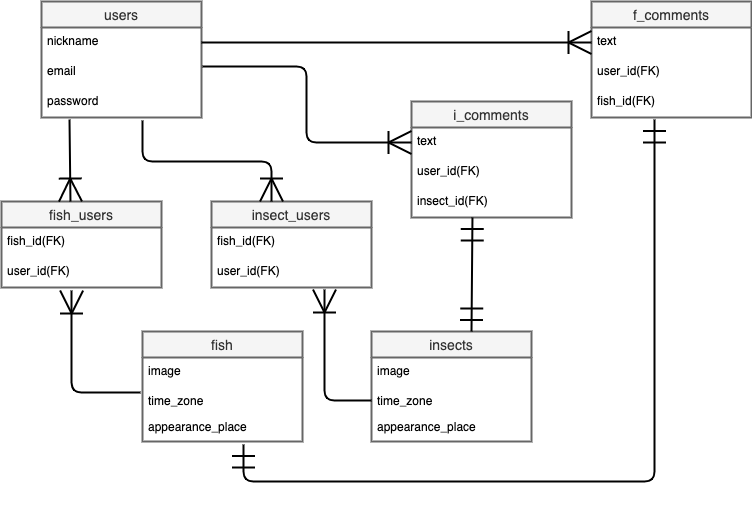
Earlier version of the draw.io export enjoy_summer.drawio.png (saya1216/enjoy-summer). Source tidied: cells renumbered, new cells last; positions are measured from the earlier drawing's top-left corner, leaving out a move shared by most shapes.
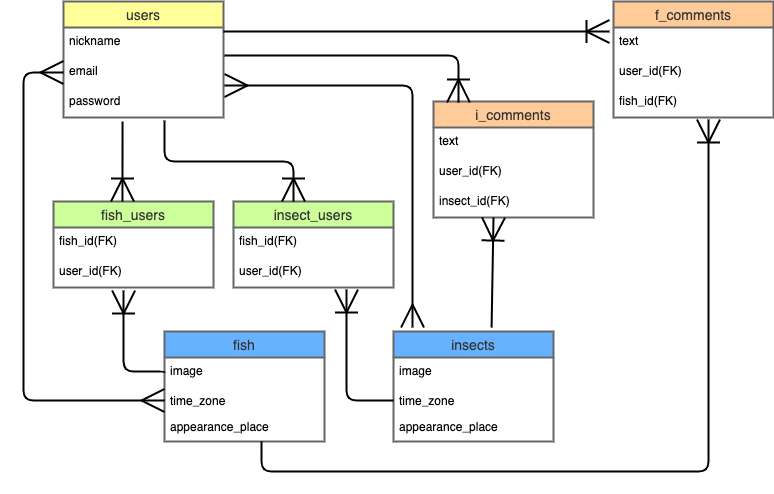
The same diagram one commit later.

Commit message:
ER図の修正。多対多の追加、1対1を1対多へ。テーブル名に色付け

Diff of the diagram source:
```diff
@@ -2,7 +2,7 @@
   <root>
     <mxCell id="0" />
     <mxCell id="1" parent="0" />
-    <mxCell id="2" value="users" style="swimlane;fontStyle=0;horizontal=1;startSize=26;align=center;fontSize=14;fillColor=#f5f5f5;strokeColor=#666666;fontColor=#333333;strokeWidth=2;" parent="1" vertex="1">
+    <mxCell id="2" value="users" style="swimlane;fontStyle=0;horizontal=1;startSize=26;align=center;fontSize=14;strokeColor=#666666;fontColor=#333333;strokeWidth=2;fillColor=#FFFF99;" parent="1" vertex="1">
       <mxGeometry x="40" width="160" height="116" as="geometry" />
     </mxCell>
     <mxCell id="3" value="nickname" style="text;strokeColor=none;fillColor=none;spacingLeft=4;spacingRight=4;overflow=hidden;points=[[0,0.5],[1,0.5]];portConstraint=eastwest;fontSize=12;fontColor=#000000;" parent="2" vertex="1">
@@ -14,7 +14,7 @@
     <mxCell id="5" value="password" style="text;strokeColor=none;fillColor=none;spacingLeft=4;spacingRight=4;overflow=hidden;points=[[0,0.5],[1,0.5]];portConstraint=eastwest;fontSize=12;fontColor=#000000;" parent="2" vertex="1">
       <mxGeometry y="86" width="160" height="30" as="geometry" />
     </mxCell>
-    <mxCell id="6" value="i_comments" style="swimlane;fontStyle=0;horizontal=1;startSize=26;align=center;fontSize=14;fontColor=#333333;labelBackgroundColor=none;strokeColor=#666666;fillColor=#f5f5f5;strokeWidth=2;" parent="1" vertex="1">
+    <mxCell id="6" value="i_comments" style="swimlane;fontStyle=0;horizontal=1;startSize=26;align=center;fontSize=14;fontColor=#333333;labelBackgroundColor=none;strokeColor=#666666;strokeWidth=2;fillColor=#FFCC99;" parent="1" vertex="1">
       <mxGeometry x="410" y="100" width="160" height="116" as="geometry" />
     </mxCell>
     <mxCell id="7" value="text" style="text;strokeColor=none;fillColor=none;spacingLeft=4;spacingRight=4;overflow=hidden;points=[[0,0.5],[1,0.5]];portConstraint=eastwest;fontSize=12;fontColor=#000000;" parent="6" vertex="1">
@@ -26,7 +26,7 @@
     <mxCell id="9" value="insect_id(FK)" style="text;strokeColor=none;spacingLeft=4;spacingRight=4;overflow=hidden;points=[[0,0.5],[1,0.5]];portConstraint=eastwest;fontSize=12;fontColor=#000000;" parent="6" vertex="1">
       <mxGeometry y="86" width="160" height="30" as="geometry" />
     </mxCell>
-    <mxCell id="10" value="fish" style="swimlane;fontStyle=0;horizontal=1;startSize=26;align=center;fontSize=14;fillColor=#f5f5f5;strokeColor=#666666;fontColor=#333333;strokeWidth=2;" parent="1" vertex="1">
+    <mxCell id="10" value="fish" style="swimlane;fontStyle=0;horizontal=1;startSize=26;align=center;fontSize=14;strokeColor=#666666;fontColor=#333333;strokeWidth=2;fillColor=#66B2FF;" parent="1" vertex="1">
       <mxGeometry x="141" y="330" width="160" height="110" as="geometry" />
     </mxCell>
     <mxCell id="11" value="image" style="text;strokeColor=none;fillColor=none;spacingLeft=4;spacingRight=4;overflow=hidden;points=[[0,0.5],[1,0.5]];portConstraint=eastwest;fontSize=12;fontColor=#000000;" parent="10" vertex="1">
@@ -38,7 +38,7 @@
     <mxCell id="13" value="appearance_place&#10;&#10;" style="text;strokeColor=none;fillColor=none;spacingLeft=4;spacingRight=4;overflow=hidden;points=[[0,0.5],[1,0.5]];portConstraint=eastwest;fontSize=12;fontColor=#000000;" parent="10" vertex="1">
       <mxGeometry y="82" width="160" height="28" as="geometry" />
     </mxCell>
-    <mxCell id="14" value="insects" style="swimlane;fontStyle=0;horizontal=1;startSize=26;align=center;fontSize=14;fillColor=#f5f5f5;strokeColor=#666666;fontColor=#333333;strokeWidth=2;" parent="1" vertex="1">
+    <mxCell id="14" value="insects" style="swimlane;fontStyle=0;horizontal=1;startSize=26;align=center;fontSize=14;strokeColor=#666666;fontColor=#333333;strokeWidth=2;fillColor=#66B2FF;" parent="1" vertex="1">
       <mxGeometry x="370" y="330" width="160" height="110" as="geometry" />
     </mxCell>
     <mxCell id="15" value="image" style="text;strokeColor=none;fillColor=none;spacingLeft=4;spacingRight=4;overflow=hidden;fontSize=12;fontColor=#000000;" parent="14" vertex="1">
@@ -50,11 +50,11 @@
     <mxCell id="17" value="appearance_place&#10;&#10;" style="text;strokeColor=none;fillColor=none;spacingLeft=4;spacingRight=4;overflow=hidden;fontSize=12;fontColor=#000000;" parent="14" vertex="1">
       <mxGeometry y="82" width="160" height="28" as="geometry" />
     </mxCell>
-    <mxCell id="18" style="edgeStyle=elbowEdgeStyle;fontSize=12;html=1;endArrow=ERoneToMany;fontColor=#000000;exitX=1.006;exitY=0.3;exitDx=0;exitDy=0;exitPerimeter=0;strokeColor=#000000;strokeWidth=2;endSize=20;startSize=20;entryX=0;entryY=0.5;entryDx=0;entryDy=0;" parent="1" edge="1" source="4" target="7">
+    <mxCell id="18" style="fontSize=12;html=1;endArrow=ERoneToMany;fontColor=#000000;strokeColor=#000000;strokeWidth=2;endSize=20;startSize=20;entryX=0.156;entryY=0.009;entryDx=0;entryDy=0;entryPerimeter=0;exitX=1.006;exitY=0.933;exitDx=0;exitDy=0;exitPerimeter=0;edgeStyle=orthogonalEdgeStyle;" parent="1" edge="1" source="3" target="6">
       <mxGeometry relative="1" as="geometry" />
     </mxCell>
-    <mxCell id="19" value="fish_users" style="swimlane;fontStyle=0;horizontal=1;startSize=26;align=center;fontSize=14;fillColor=#f5f5f5;strokeColor=#666666;fontColor=#333333;strokeWidth=2;" parent="1" vertex="1">
-      <mxGeometry y="200" width="160" height="86" as="geometry" />
+    <mxCell id="19" value="fish_users" style="swimlane;fontStyle=0;horizontal=1;startSize=26;align=center;fontSize=14;strokeColor=#666666;fontColor=#333333;strokeWidth=2;fillColor=#CCFF99;" parent="1" vertex="1">
+      <mxGeometry x="30" y="200" width="160" height="86" as="geometry" />
     </mxCell>
     <mxCell id="20" value="fish_id(FK)" style="text;strokeColor=none;fillColor=none;spacingLeft=4;spacingRight=4;overflow=hidden;fontSize=12;fontColor=#000000;" parent="19" vertex="1">
       <mxGeometry y="26" width="160" height="30" as="geometry" />
@@ -62,7 +62,7 @@
     <mxCell id="21" value="user_id(FK)" style="text;strokeColor=none;fillColor=none;spacingLeft=4;spacingRight=4;overflow=hidden;points=[[0,0.5],[1,0.5]];portConstraint=eastwest;fontSize=12;fontColor=#000000;" parent="19" vertex="1">
       <mxGeometry y="56" width="160" height="30" as="geometry" />
     </mxCell>
-    <mxCell id="22" value="insect_users" style="swimlane;fontStyle=0;horizontal=1;startSize=26;align=center;fontSize=14;fillColor=#f5f5f5;strokeColor=#666666;fontColor=#333333;strokeWidth=2;" parent="1" vertex="1">
+    <mxCell id="22" value="insect_users" style="swimlane;fontStyle=0;horizontal=1;startSize=26;align=center;fontSize=14;strokeColor=#666666;fontColor=#333333;strokeWidth=2;fillColor=#CCFF99;" parent="1" vertex="1">
       <mxGeometry x="210" y="200" width="160" height="86" as="geometry" />
     </mxCell>
     <mxCell id="23" value="fish_id(FK)" style="text;strokeColor=none;fillColor=none;spacingLeft=4;spacingRight=4;overflow=hidden;fontSize=12;fontColor=#000000;" parent="22" vertex="1">
@@ -71,27 +71,16 @@
     <mxCell id="24" value="user_id(FK)" style="text;strokeColor=none;fillColor=none;spacingLeft=4;spacingRight=4;overflow=hidden;points=[[0,0.5],[1,0.5]];portConstraint=eastwest;fontSize=12;fontColor=#000000;" parent="22" vertex="1">
       <mxGeometry y="56" width="160" height="30" as="geometry" />
     </mxCell>
-    <mxCell id="25" style="fontSize=12;html=1;endArrow=ERoneToMany;fontColor=#000000;startSize=20;endSize=20;strokeColor=#000000;strokeWidth=2;exitX=0.175;exitY=1.067;exitDx=0;exitDy=0;exitPerimeter=0;entryX=0.431;entryY=0;entryDx=0;entryDy=0;entryPerimeter=0;" parent="1" edge="1" source="5" target="19">
+    <mxCell id="25" style="fontSize=12;html=1;endArrow=ERoneToMany;fontColor=#000000;startSize=20;endSize=20;strokeColor=#000000;strokeWidth=2;exitX=0.369;exitY=1.133;exitDx=0;exitDy=0;exitPerimeter=0;entryX=0.431;entryY=0;entryDx=0;entryDy=0;entryPerimeter=0;" parent="1" edge="1" source="5" target="19">
       <mxGeometry relative="1" as="geometry" />
     </mxCell>
     <mxCell id="26" style="fontSize=12;html=1;endArrow=ERoneToMany;fontColor=#000000;startSize=20;endSize=20;strokeColor=#000000;strokeWidth=2;exitX=0.631;exitY=1.1;exitDx=0;exitDy=0;exitPerimeter=0;entryX=0.375;entryY=0;entryDx=0;entryDy=0;entryPerimeter=0;edgeStyle=elbowEdgeStyle;elbow=vertical;" parent="1" edge="1" source="5" target="22">
       <mxGeometry relative="1" as="geometry" />
     </mxCell>
-    <mxCell id="27" style="fontSize=12;html=1;endArrow=ERmandOne;startArrow=ERmandOne;fontColor=#000000;startSize=20;endSize=20;strokeColor=#000000;strokeWidth=2;exitX=0.625;exitY=0;exitDx=0;exitDy=0;exitPerimeter=0;entryX=0.381;entryY=1;entryDx=0;entryDy=0;entryPerimeter=0;" parent="1" edge="1" source="14" target="9">
-      <mxGeometry relative="1" as="geometry" />
-    </mxCell>
-    <mxCell id="28" style="edgeStyle=elbowEdgeStyle;fontSize=12;html=1;endArrow=ERmandOne;startArrow=ERmandOne;fontColor=#000000;startSize=20;endSize=20;strokeColor=#000000;strokeWidth=2;exitX=0.631;exitY=1.107;exitDx=0;exitDy=0;exitPerimeter=0;elbow=vertical;entryX=0.394;entryY=1.067;entryDx=0;entryDy=0;entryPerimeter=0;" parent="1" edge="1" source="13" target="34">
-      <mxGeometry relative="1" as="geometry">
-        <Array as="points">
-          <mxPoint x="450" y="480" />
-          <mxPoint x="430" y="480" />
-        </Array>
-      </mxGeometry>
-    </mxCell>
-    <mxCell id="29" style="edgeStyle=elbowEdgeStyle;fontSize=12;html=1;endArrow=ERoneToMany;fontColor=#000000;startSize=20;endSize=20;strokeColor=#000000;strokeWidth=2;entryX=0.438;entryY=1.1;entryDx=0;entryDy=0;entryPerimeter=0;exitX=-0.012;exitY=0.192;exitDx=0;exitDy=0;exitPerimeter=0;elbow=vertical;" parent="1" edge="1" source="12" target="21">
+    <mxCell id="29" style="edgeStyle=elbowEdgeStyle;fontSize=12;html=1;endArrow=ERoneToMany;fontColor=#000000;startSize=20;endSize=20;strokeColor=#000000;strokeWidth=2;entryX=0.438;entryY=1.1;entryDx=0;entryDy=0;entryPerimeter=0;exitX=0;exitY=0.5;exitDx=0;exitDy=0;elbow=vertical;" parent="1" edge="1" source="11" target="21">
       <mxGeometry relative="1" as="geometry">
         <Array as="points">
-          <mxPoint x="110" y="391" />
+          <mxPoint x="120" y="370" />
         </Array>
       </mxGeometry>
     </mxCell>
@@ -102,7 +91,7 @@
         </Array>
       </mxGeometry>
     </mxCell>
-    <mxCell id="31" value="f_comments" style="swimlane;fontStyle=0;horizontal=1;startSize=26;align=center;fontSize=14;fontColor=#333333;labelBackgroundColor=none;strokeColor=#666666;fillColor=#f5f5f5;strokeWidth=2;" parent="1" vertex="1">
+    <mxCell id="31" value="f_comments" style="swimlane;fontStyle=0;horizontal=1;startSize=26;align=center;fontSize=14;fontColor=#333333;labelBackgroundColor=none;strokeColor=#666666;strokeWidth=2;fillColor=#FFCC99;swimlaneFillColor=#ffffff;" parent="1" vertex="1">
       <mxGeometry x="590" width="160" height="116" as="geometry" />
     </mxCell>
     <mxCell id="32" value="text" style="text;strokeColor=none;fillColor=none;spacingLeft=4;spacingRight=4;overflow=hidden;points=[[0,0.5],[1,0.5]];portConstraint=eastwest;fontSize=12;fontColor=#000000;" parent="31" vertex="1">
@@ -114,8 +103,33 @@
     <mxCell id="34" value="fish_id(FK)" style="text;strokeColor=none;spacingLeft=4;spacingRight=4;overflow=hidden;points=[[0,0.5],[1,0.5]];portConstraint=eastwest;fontSize=12;fontColor=#000000;" parent="31" vertex="1">
       <mxGeometry y="86" width="160" height="30" as="geometry" />
     </mxCell>
-    <mxCell id="35" style="edgeStyle=entityRelationEdgeStyle;fontSize=12;html=1;endArrow=ERoneToMany;fontColor=#000000;startSize=20;endSize=20;strokeColor=#000000;strokeWidth=2;exitX=1;exitY=0.5;exitDx=0;exitDy=0;entryX=0;entryY=0.5;entryDx=0;entryDy=0;" parent="1" edge="1" source="3" target="32">
-      <mxGeometry relative="1" as="geometry" />
+    <mxCell id="35" style="edgeStyle=entityRelationEdgeStyle;fontSize=12;html=1;endArrow=ERoneToMany;fontColor=#000000;startSize=20;endSize=20;strokeColor=#000000;strokeWidth=2;" parent="1" edge="1">
+      <mxGeometry relative="1" as="geometry">
+        <mxPoint x="200" y="30" as="sourcePoint" />
+        <mxPoint x="586" y="30" as="targetPoint" />
+      </mxGeometry>
     </mxCell>
+    <mxCell id="28" style="edgeStyle=orthogonalEdgeStyle;fontSize=12;html=1;endArrow=ERoneToMany;entryX=0.594;entryY=1.067;entryDx=0;entryDy=0;entryPerimeter=0;exitX=0.606;exitY=1;exitDx=0;exitDy=0;exitPerimeter=0;strokeColor=#000000;endSize=20;startSize=20;strokeWidth=2;" parent="1" edge="1" source="13" target="34">
+      <mxGeometry relative="1" as="geometry">
+        <Array as="points">
+          <mxPoint x="238" y="470" />
+          <mxPoint x="685" y="470" />
+        </Array>
+      </mxGeometry>
+    </mxCell>
+    <mxCell id="27" style="fontSize=12;html=1;endArrow=ERoneToMany;startSize=20;endSize=20;strokeColor=#000000;strokeWidth=2;entryX=0.375;entryY=1;entryDx=0;entryDy=0;entryPerimeter=0;exitX=0.613;exitY=-0.036;exitDx=0;exitDy=0;exitPerimeter=0;" parent="1" edge="1" source="14" target="9">
+      <mxGeometry relative="1" as="geometry" />
+    </mxCell>
+    <mxCell id="36" style="edgeStyle=orthogonalEdgeStyle;fontSize=12;html=1;endArrow=ERmany;startArrow=ERmany;startSize=20;endSize=20;strokeColor=#000000;strokeWidth=2;entryX=0;entryY=0.5;entryDx=0;entryDy=0;exitX=0;exitY=0.5;exitDx=0;exitDy=0;" parent="1" edge="1" source="12" target="4">
+      <mxGeometry relative="1" as="geometry">
+        <Array as="points">
+          <mxPoint y="399" />
+          <mxPoint y="71" />
+        </Array>
+      </mxGeometry>
+    </mxCell>
+    <mxCell id="37" style="edgeStyle=orthogonalEdgeStyle;fontSize=12;html=1;endArrow=ERmany;startArrow=ERmany;startSize=20;endSize=20;strokeColor=#000000;strokeWidth=2;exitX=1.006;exitY=-0.067;exitDx=0;exitDy=0;exitPerimeter=0;entryX=0.119;entryY=-0.036;entryDx=0;entryDy=0;entryPerimeter=0;" parent="1" edge="1" source="5" target="14">
+      <mxGeometry relative="1" as="geometry" />
+    </mxCell>
   </root>
 </mxGraphModel>
```
